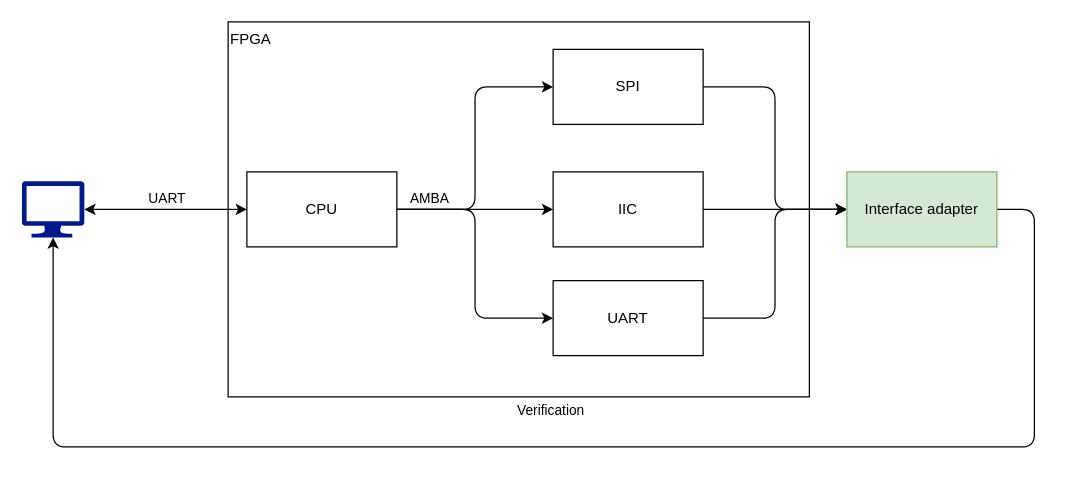
Before: page "interface_test_flow" (3 of 8) of PPT_material/material.drawio in YZchen3467/drawio, a draw.io diagram. Source tidied: cells renumbered, new cells numbered last; positions are measured from the earlier drawing's top-left corner, leaving out a move shared by most shapes. Both pictures are drawn from the tidied source at 125%, with x=0, y=0 at pixel (21, 21).
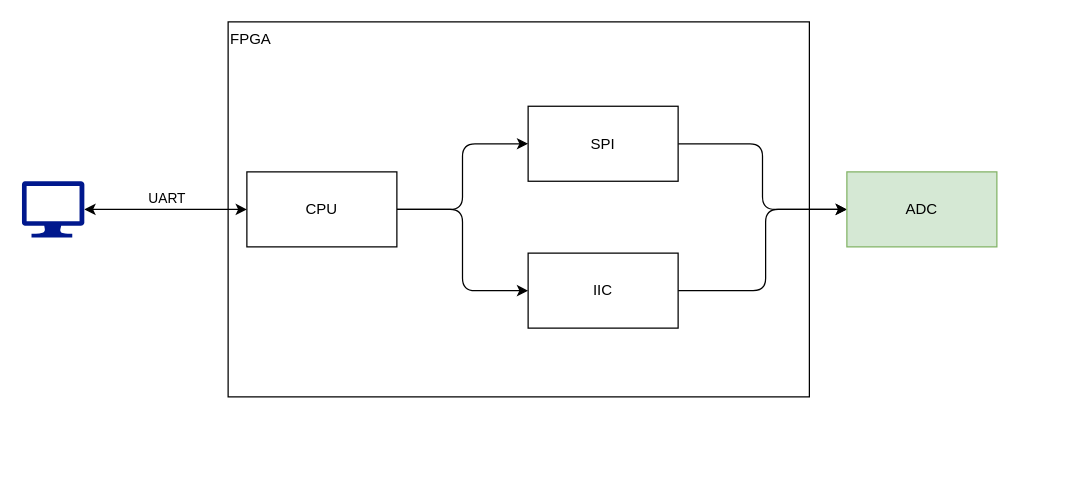
The same diagram, later.

Unchanged cells that the change refers to:
```xml
<mxCell id="7" value="CPU" style="rounded=0;whiteSpace=wrap;html=1;" parent="1" vertex="1">
  <mxGeometry x="180" y="120" width="120" height="60" as="geometry" />
</mxCell>
<mxCell id="12" style="sketch=0;shadow=0;dashed=0;html=1;strokeColor=none;labelPosition=center;verticalLabelPosition=bottom;verticalAlign=top;align=center;fillColor=#00188D;shape=mxgraph.azure.computer;" parent="1" vertex="1">
  <mxGeometry y="127.5" width="50" height="45" as="geometry" />
</mxCell>
```

The edit, as a diff of the source:
```diff
@@
-    <mxCell id="5" style="edgeStyle=orthogonalEdgeStyle;html=1;entryX=0;entryY=0.5;entryDx=0;entryDy=0;startArrow=none;startFill=0;" parent="1" edge="1" source="7" target="16">
-      <mxGeometry relative="1" as="geometry" />
-    </mxCell>
-    <mxCell id="6" value="AMBA" style="edgeLabel;html=1;align=center;verticalAlign=middle;" parent="5" vertex="1">
-      <mxGeometry x="-0.82" y="-2" relative="1" as="geometry">
-        <mxPoint x="6" y="-12" as="offset" />
-      </mxGeometry>
-    </mxCell>
@@
-    <mxCell id="10" style="edgeStyle=orthogonalEdgeStyle;html=1;entryX=1;entryY=0.5;entryDx=0;entryDy=0;startArrow=classic;startFill=1;endArrow=none;endFill=0;" parent="1" edge="1" source="12" target="19">
-      <mxGeometry relative="1" as="geometry">
-        <Array as="points">
-          <mxPoint x="25" y="340" />
-          <mxPoint x="810" y="340" />
-          <mxPoint x="810" y="150" />
-        </Array>
-      </mxGeometry>
-    </mxCell>
-    <mxCell id="11" value="Verification" style="edgeLabel;html=1;align=center;verticalAlign=middle;labelBackgroundColor=none;" parent="10" vertex="1">
-      <mxGeometry x="0.09" y="-1" relative="1" as="geometry">
-        <mxPoint x="-74" y="-31" as="offset" />
-      </mxGeometry>
-    </mxCell>
@@
     <mxCell id="14" value="SPI" style="rounded=0;whiteSpace=wrap;html=1;" parent="1" vertex="1">
-      <mxGeometry x="425" y="22" width="120" height="60" as="geometry" />
+      <mxGeometry x="405" y="67.5" width="120" height="60" as="geometry" />
     </mxCell>
-    <mxCell id="15" style="edgeStyle=orthogonalEdgeStyle;html=1;entryX=0;entryY=0.5;entryDx=0;entryDy=0;startArrow=none;startFill=0;" parent="1" edge="1" source="16" target="19">
-      <mxGeometry relative="1" as="geometry" />
-    </mxCell>
-    <mxCell id="16" value="UART" style="rounded=0;whiteSpace=wrap;html=1;" parent="1" vertex="1">
-      <mxGeometry x="425" y="207" width="120" height="60" as="geometry" />
-    </mxCell>
     <mxCell id="17" style="edgeStyle=orthogonalEdgeStyle;html=1;startArrow=none;startFill=0;" parent="1" edge="1" source="18">
       <mxGeometry relative="1" as="geometry">
         <mxPoint x="660" y="150" as="targetPoint" />
+        <Array as="points">
+          <mxPoint x="595" y="215" />
+          <mxPoint x="595" y="150" />
+        </Array>
       </mxGeometry>
     </mxCell>
     <mxCell id="18" value="IIC" style="rounded=0;whiteSpace=wrap;html=1;" parent="1" vertex="1">
-      <mxGeometry x="425" y="120" width="120" height="60" as="geometry" />
+      <mxGeometry x="405" y="185" width="120" height="60" as="geometry" />
     </mxCell>
-    <mxCell id="19" value="Interface adapter" style="rounded=0;whiteSpace=wrap;html=1;fillColor=#d5e8d4;strokeColor=#82b366;" parent="1" vertex="1">
+    <mxCell id="19" value="ADC" style="rounded=0;whiteSpace=wrap;html=1;fillColor=#d5e8d4;strokeColor=#82b366;" parent="1" vertex="1">
       <mxGeometry x="660" y="120" width="120" height="60" as="geometry" />
     </mxCell>
```
